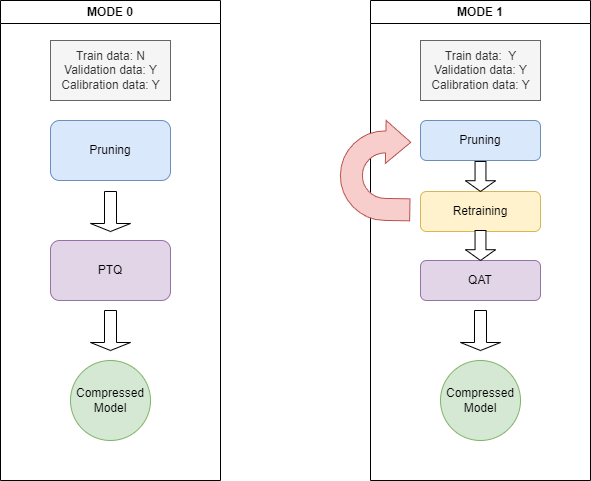
Above: Images/mode.png in bok3948/AI_Compressor (draw.io), before the change. Source tidied: cells renumbered, new cells last; positions are measured from the earlier drawing's top-left corner, leaving out a move shared by most shapes.
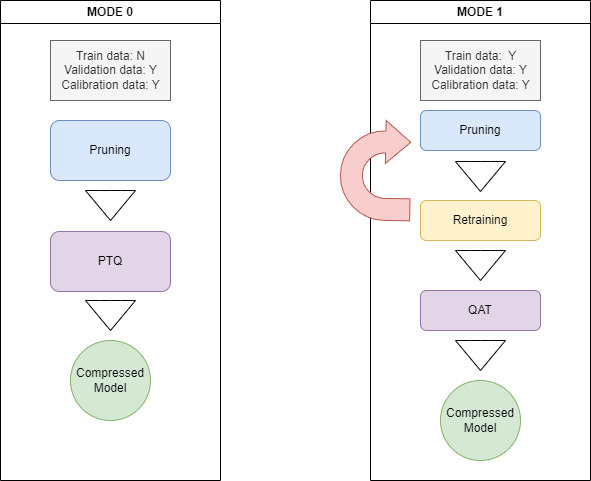
After the commit.

What changed in the source:
```diff
@@ -9,13 +9,10 @@
       <mxGeometry x="50" y="120" width="120" height="60" as="geometry" />
     </mxCell>
     <mxCell id="4" value="PTQ" style="rounded=1;whiteSpace=wrap;html=1;fillColor=#e1d5e7;strokeColor=#9673a6;" parent="2" vertex="1">
-      <mxGeometry x="50" y="240" width="120" height="60" as="geometry" />
+      <mxGeometry x="50" y="231" width="120" height="60" as="geometry" />
     </mxCell>
-    <mxCell id="5" style="shape=singleArrow;direction=south;whiteSpace=wrap;html=1;" parent="2" vertex="1">
-      <mxGeometry x="90" y="310" width="40" height="40" as="geometry" />
-    </mxCell>
     <mxCell id="6" value="Compressed Model" style="ellipse;whiteSpace=wrap;html=1;fillColor=#d5e8d4;strokeColor=#82b366;" parent="2" vertex="1">
-      <mxGeometry x="70" y="360" width="80" height="80" as="geometry" />
+      <mxGeometry x="70" y="340" width="80" height="80" as="geometry" />
     </mxCell>
     <mxCell id="7" style="edgeStyle=orthogonalEdgeStyle;rounded=0;orthogonalLoop=1;jettySize=auto;html=1;exitX=0.5;exitY=1;exitDx=0;exitDy=0;" parent="2" edge="1" source="4" target="4">
       <mxGeometry relative="1" as="geometry" />
@@ -23,23 +20,23 @@
     <mxCell id="8" value="&lt;div&gt;Train data: N&lt;/div&gt;&lt;div&gt;Validation data: Y&lt;/div&gt;&lt;div&gt;Calibration data: Y&lt;/div&gt;" style="text;html=1;align=center;verticalAlign=middle;strokeColor=#666666;fillColor=#f5f5f5;fontColor=#333333;" parent="2" vertex="1">
       <mxGeometry x="50" y="40" width="120" height="60" as="geometry" />
     </mxCell>
-    <mxCell id="9" style="shape=singleArrow;direction=south;whiteSpace=wrap;html=1;" parent="2" vertex="1">
-      <mxGeometry x="90" y="191" width="40" height="40" as="geometry" />
-    </mxCell>
+    <mxCell id="21" style="html=1;shadow=0;dashed=0;align=center;verticalAlign=middle;shape=mxgraph.arrows2.arrow;dy=0.6;dx=40;direction=south;notch=0;" parent="2" vertex="1">
+      <mxGeometry x="85" y="190" width="50" height="30" as="geometry" />
+    </mxCell>
+    <mxCell id="22" style="html=1;shadow=0;dashed=0;align=center;verticalAlign=middle;shape=mxgraph.arrows2.arrow;dy=0.6;dx=40;direction=south;notch=0;" parent="2" vertex="1">
+      <mxGeometry x="85" y="300" width="50" height="30" as="geometry" />
+    </mxCell>
     <mxCell id="10" value="MODE 1" style="swimlane;whiteSpace=wrap;html=1;" parent="1" vertex="1">
       <mxGeometry x="370" width="220" height="480" as="geometry" />
     </mxCell>
     <mxCell id="11" value="Pruning" style="rounded=1;whiteSpace=wrap;html=1;fillColor=#dae8fc;strokeColor=#6c8ebf;" parent="10" vertex="1">
-      <mxGeometry x="50" y="120" width="120" height="40" as="geometry" />
+      <mxGeometry x="50" y="110" width="120" height="40" as="geometry" />
     </mxCell>
     <mxCell id="12" value="QAT" style="rounded=1;whiteSpace=wrap;html=1;fillColor=#e1d5e7;strokeColor=#9673a6;" parent="10" vertex="1">
-      <mxGeometry x="50" y="260" width="120" height="40" as="geometry" />
+      <mxGeometry x="50" y="290" width="120" height="40" as="geometry" />
     </mxCell>
-    <mxCell id="13" style="shape=singleArrow;direction=south;whiteSpace=wrap;html=1;" parent="10" vertex="1">
-      <mxGeometry x="90" y="310" width="40" height="40" as="geometry" />
-    </mxCell>
     <mxCell id="14" value="Compressed Model" style="ellipse;whiteSpace=wrap;html=1;fillColor=#d5e8d4;strokeColor=#82b366;" parent="10" vertex="1">
-      <mxGeometry x="70" y="360" width="80" height="80" as="geometry" />
+      <mxGeometry x="70" y="380" width="80" height="80" as="geometry" />
     </mxCell>
     <mxCell id="15" style="edgeStyle=orthogonalEdgeStyle;rounded=0;orthogonalLoop=1;jettySize=auto;html=1;exitX=0.5;exitY=1;exitDx=0;exitDy=0;" parent="10" edge="1" source="12" target="12">
       <mxGeometry relative="1" as="geometry" />
@@ -48,14 +45,17 @@
       <mxGeometry x="50" y="40" width="120" height="60" as="geometry" />
     </mxCell>
     <mxCell id="17" value="Retraining" style="rounded=1;whiteSpace=wrap;html=1;fillColor=#fff2cc;strokeColor=#d6b656;" parent="10" vertex="1">
-      <mxGeometry x="50" y="191" width="120" height="40" as="geometry" />
+      <mxGeometry x="50" y="200" width="120" height="40" as="geometry" />
     </mxCell>
-    <mxCell id="18" style="shape=singleArrow;direction=south;whiteSpace=wrap;html=1;arrowWidth=0.363153076171875;arrowSize=0.359649658203125;" parent="10" vertex="1">
-      <mxGeometry x="95" y="230" width="30" height="30" as="geometry" />
-    </mxCell>
-    <mxCell id="19" style="shape=singleArrow;direction=south;whiteSpace=wrap;html=1;arrowWidth=0.363153076171875;arrowSize=0.359649658203125;" parent="10" vertex="1">
-      <mxGeometry x="95" y="161" width="30" height="30" as="geometry" />
-    </mxCell>
+    <mxCell id="23" style="html=1;shadow=0;dashed=0;align=center;verticalAlign=middle;shape=mxgraph.arrows2.arrow;dy=0.6;dx=40;direction=south;notch=0;" parent="10" vertex="1">
+      <mxGeometry x="85" y="161" width="50" height="30" as="geometry" />
+    </mxCell>
+    <mxCell id="24" style="html=1;shadow=0;dashed=0;align=center;verticalAlign=middle;shape=mxgraph.arrows2.arrow;dy=0.6;dx=40;direction=south;notch=0;" parent="10" vertex="1">
+      <mxGeometry x="85" y="250" width="50" height="30" as="geometry" />
+    </mxCell>
+    <mxCell id="25" style="html=1;shadow=0;dashed=0;align=center;verticalAlign=middle;shape=mxgraph.arrows2.arrow;dy=0.6;dx=40;direction=south;notch=0;" parent="10" vertex="1">
+      <mxGeometry x="85" y="340" width="50" height="30" as="geometry" />
+    </mxCell>
     <mxCell id="20" style="html=1;shadow=0;dashed=0;align=center;verticalAlign=middle;shape=mxgraph.arrows2.uTurnArrow;dy=11;arrowHead=43;dx2=25;rotation=1;strokeColor=#b85450;fillColor=#f8cecc;" parent="1" vertex="1">
       <mxGeometry x="340" y="119.7" width="70" height="100" as="geometry" />
     </mxCell>
```
